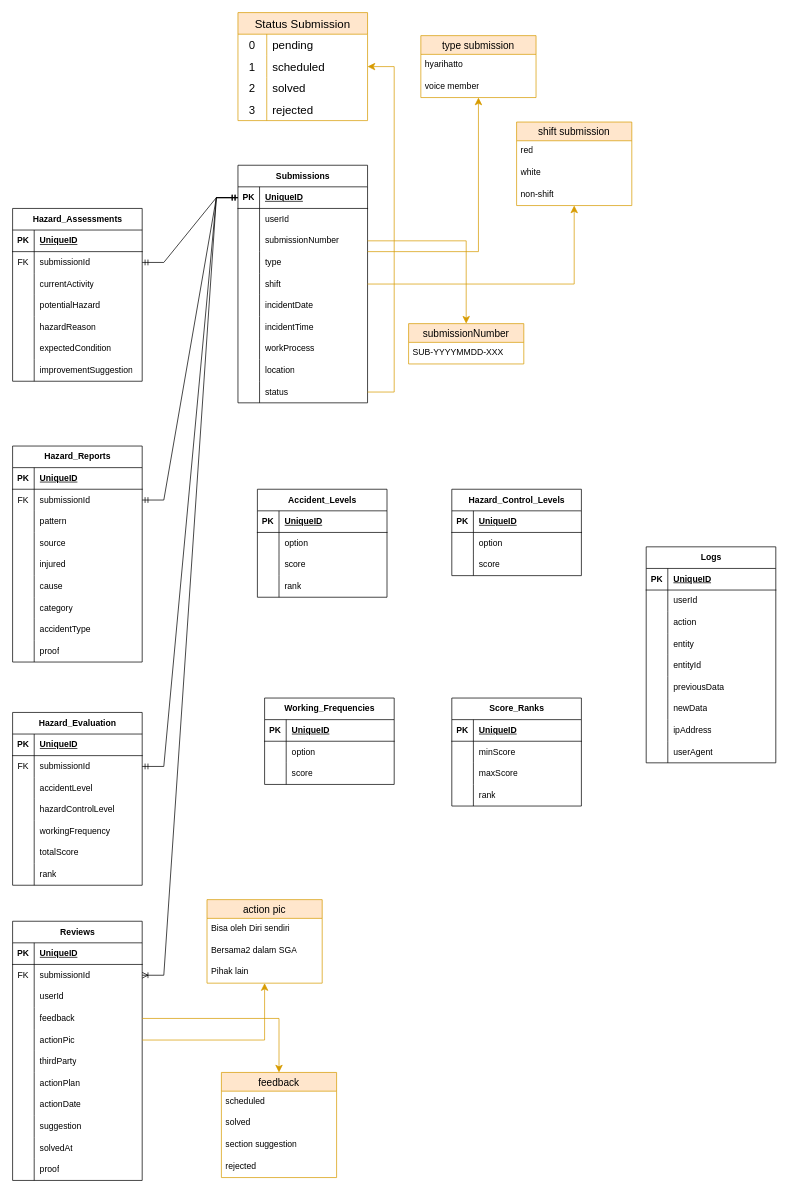
The draw.io diagram page "ERD" (2 of 2) of sys_design/Flow_ERD.drawio in bagususwanto/think-forward, before the edit. Source tidied: cells renumbered, new cells numbered last; positions are measured from the earlier drawing's top-left corner, leaving out a move shared by most shapes. Both pictures are drawn from the tidied source at 72%, with x=0, y=0 at pixel (12, 12).
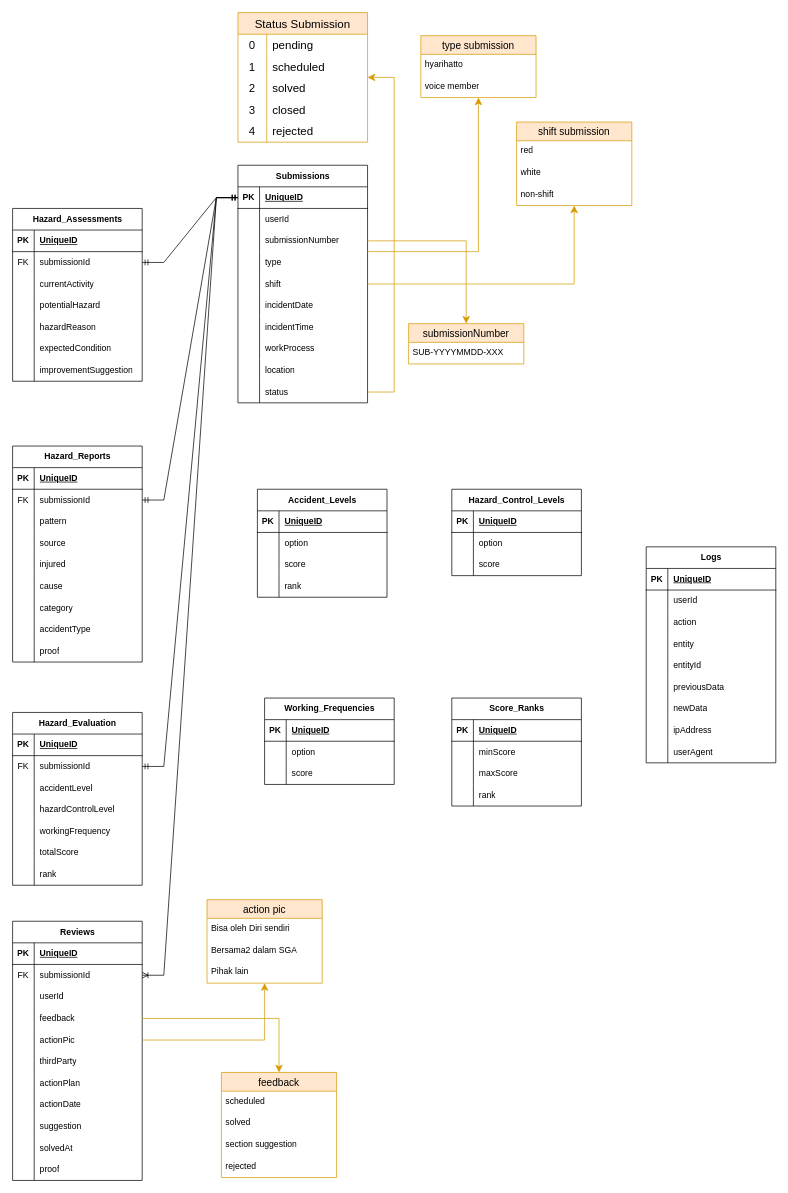
The same diagram, later.

What changed in the source:
```diff
@@
     <mxCell id="235" value="Status Submission" style="shape=table;startSize=30;childLayout=tableLayout;rowLines=0;fontStyle=0;strokeColor=#d79b00;fontSize=16;fillColor=#ffe6cc;" parent="1" vertex="1">
-      <mxGeometry x="313" width="180" height="150" as="geometry" />
+      <mxGeometry x="313" width="180" height="180" as="geometry" />
     </mxCell>
@@
+    <mxCell id="254" style="shape=tableRow;horizontal=0;startSize=0;swimlaneHead=0;swimlaneBody=0;top=0;left=0;bottom=0;right=0;fillColor=none;strokeColor=inherit;fontSize=16;" parent="235" vertex="1">
+      <mxGeometry y="120" width="180" height="30" as="geometry" />
+    </mxCell>
+    <mxCell id="255" value="3" style="shape=partialRectangle;html=1;whiteSpace=wrap;fillColor=none;top=0;left=0;bottom=0;right=0;overflow=hidden;strokeColor=inherit;fontSize=16;" parent="254" vertex="1">
+      <mxGeometry width="40" height="30" as="geometry" />
+    </mxCell>
+    <mxCell id="256" value="closed" style="shape=partialRectangle;html=1;whiteSpace=wrap;fillColor=none;top=0;left=0;bottom=0;right=0;align=left;spacingLeft=6;overflow=hidden;strokeColor=inherit;fontSize=16;" parent="254" vertex="1">
+      <mxGeometry x="40" width="140" height="30" as="geometry" />
+    </mxCell>
     <mxCell id="245" style="shape=tableRow;horizontal=0;startSize=0;swimlaneHead=0;swimlaneBody=0;top=0;left=0;bottom=0;right=0;fillColor=none;strokeColor=inherit;fontSize=16;" parent="235" vertex="1">
-      <mxGeometry y="120" width="180" height="30" as="geometry" />
+      <mxGeometry y="150" width="180" height="30" as="geometry" />
     </mxCell>
-    <mxCell id="246" value="3" style="shape=partialRectangle;html=1;whiteSpace=wrap;fillColor=none;top=0;left=0;bottom=0;right=0;overflow=hidden;strokeColor=inherit;fontSize=16;" parent="245" vertex="1">
+    <mxCell id="246" value="4" style="shape=partialRectangle;html=1;whiteSpace=wrap;fillColor=none;top=0;left=0;bottom=0;right=0;overflow=hidden;strokeColor=inherit;fontSize=16;" parent="245" vertex="1">
       <mxGeometry width="40" height="30" as="geometry" />
     </mxCell>
```
